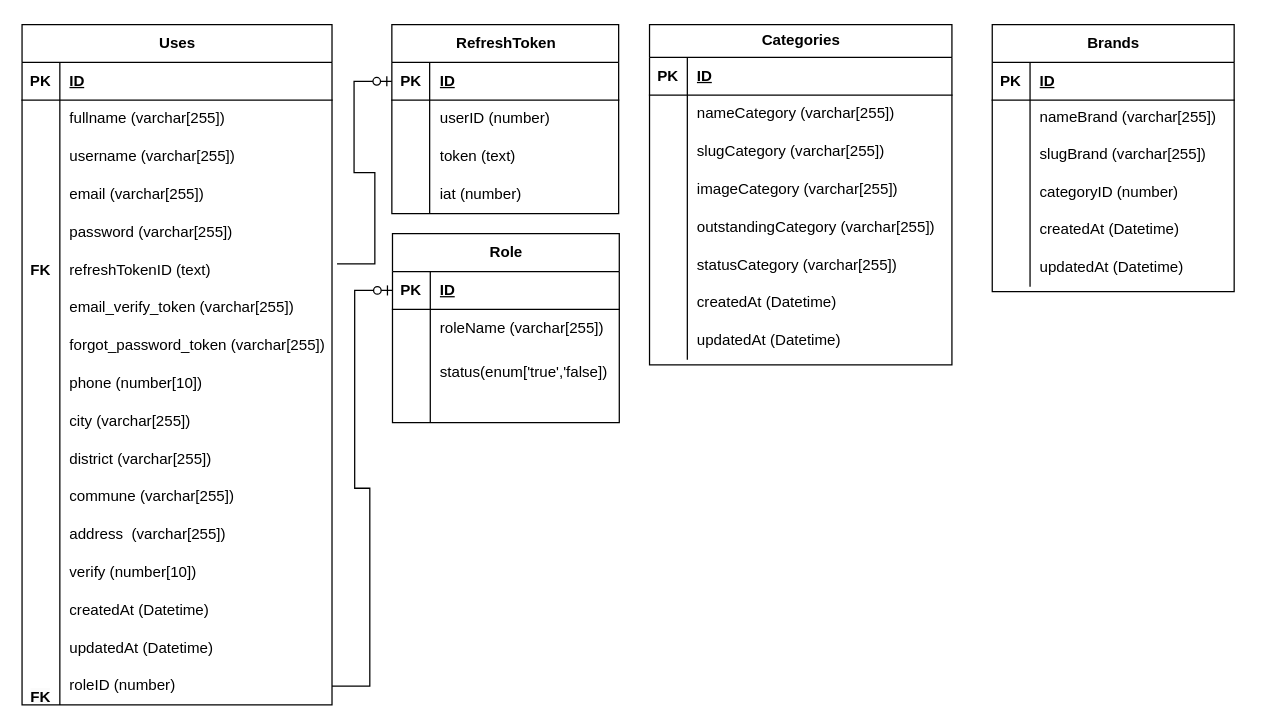
Earlier version of the draw.io diagram src/doan.drawio (QuocHuy03/HoangHaPC). Source tidied: cells renumbered, new cells numbered last; positions are measured from the earlier drawing's top-left corner, leaving out a move shared by most shapes. Both pictures are drawn from the tidied source at 126%, with x=0, y=0 at pixel (21, 24).
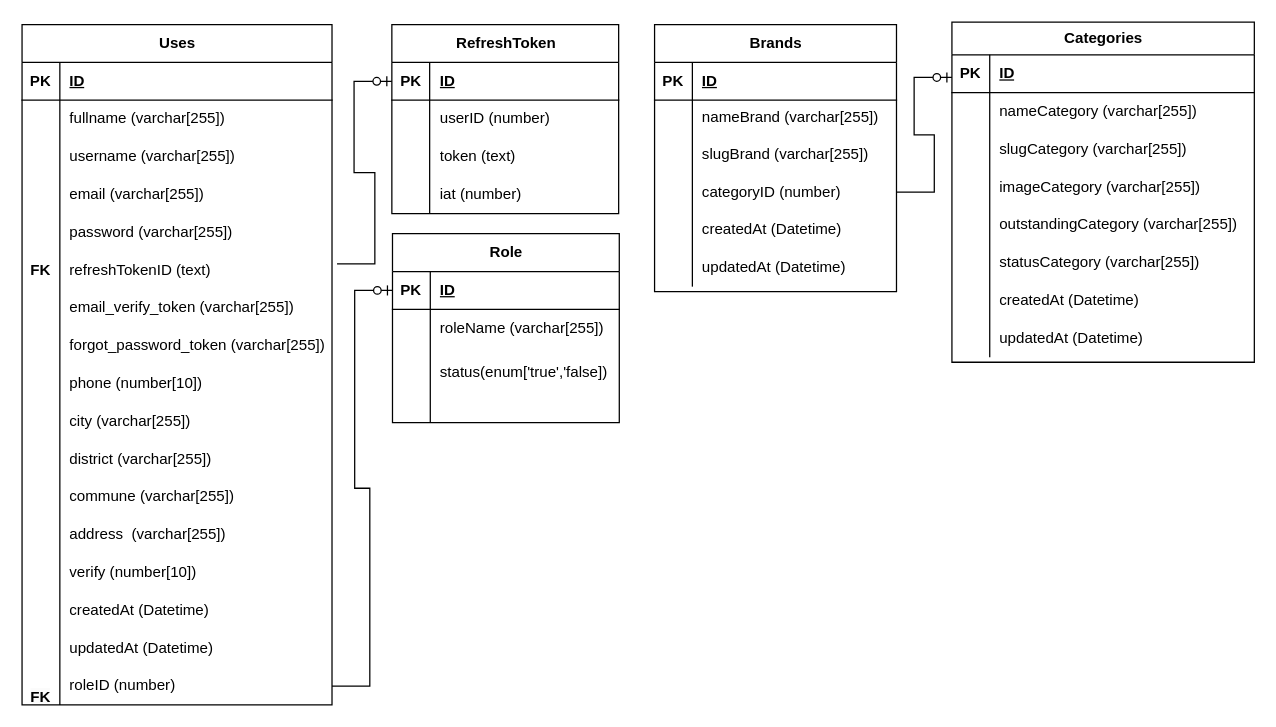
The same diagram, later.

Commit message (it also covers changes not shown here):
Cập nhật doan.drawio

The change refers to these unchanged cells:
```xml
<mxCell id="92" style="shape=tableRow;horizontal=0;startSize=0;swimlaneHead=0;swimlaneBody=0;fillColor=none;points=[[0,0.5],[1,0.5]];portConstraint=eastwest;top=0;left=0;right=0;bottom=0;" parent="82" vertex="1">
  <mxGeometry y="118" width="192" height="30" as="geometry" />
</mxCell>
```

The edit, as a diff of the source:
```diff
@@
     <mxCell id="82" value="Brands" style="shape=table;startSize=30;childLayout=tableLayout;rowLines=0;fontStyle=1;align=center;html=1;" parent="1" vertex="1">
-      <mxGeometry x="770" width="192" height="212" as="geometry" />
+      <mxGeometry x="502" width="192" height="212" as="geometry" />
     </mxCell>
@@
     <mxCell id="101" value="Categories" style="shape=table;startSize=26;childLayout=tableLayout;rowLines=0;fontStyle=1;align=center;html=1;" parent="1" vertex="1">
-      <mxGeometry x="498" width="240" height="270" as="geometry" />
+      <mxGeometry x="738" y="-2" width="240" height="270" as="geometry" />
     </mxCell>
@@
+    <mxCell id="126" style="edgeStyle=entityRelationEdgeStyle;fontSize=12;html=1;endArrow=ERzeroToOne;endFill=1;rounded=0;entryX=0;entryY=0.5;entryDx=0;entryDy=0;exitX=1;exitY=0.5;exitDx=0;exitDy=0;" parent="1" edge="1" source="92">
+      <mxGeometry relative="1" as="geometry">
+        <mxPoint x="738" y="42" as="targetPoint" />
+        <Array as="points">
+          <mxPoint x="738" y="195" />
+          <mxPoint x="754" y="167" />
+          <mxPoint x="722" y="162" />
+          <mxPoint x="1110" y="295" />
+          <mxPoint x="730" y="70" />
+          <mxPoint x="742" y="110" />
+          <mxPoint x="738" y="127" />
+          <mxPoint x="724" y="-154" />
+          <mxPoint x="1282" y="343" />
+        </Array>
+      </mxGeometry>
+    </mxCell>
```
